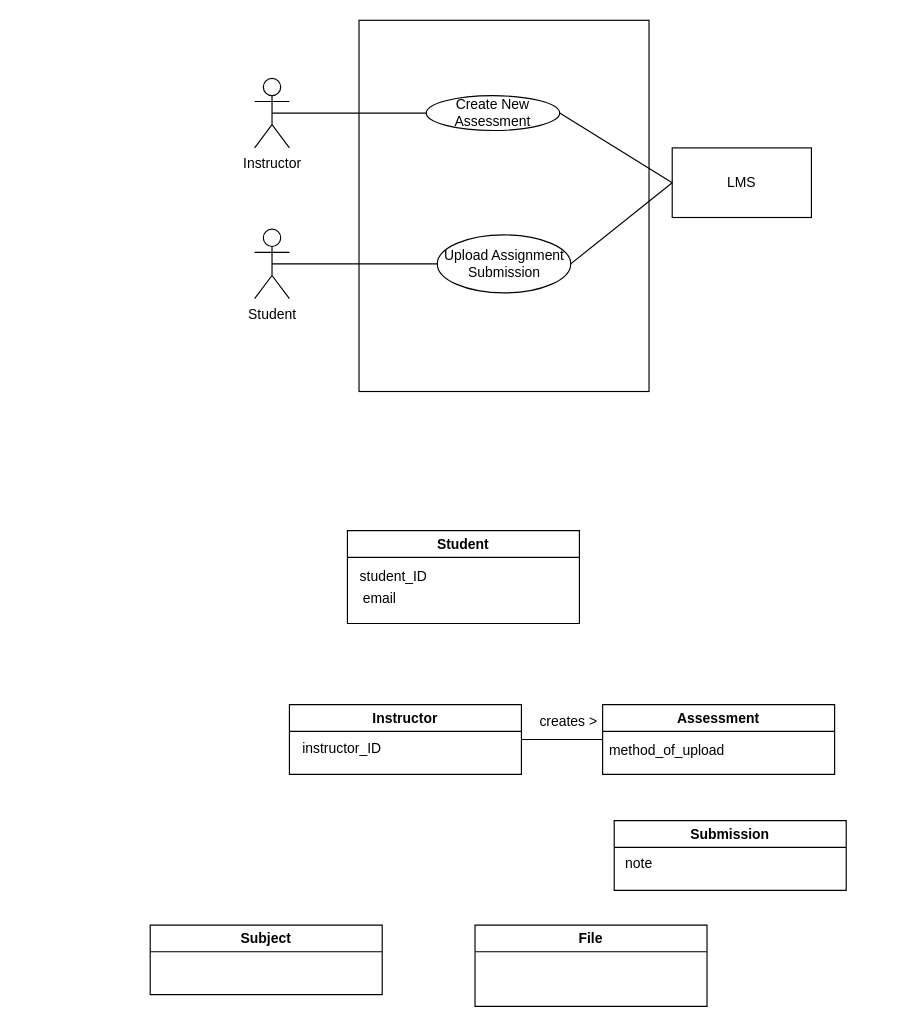
Before: domain_model_Workshop_2.drawio in antonykimuom/SWEN30006-2025-SM1-workshop1-tuew05-14-00-team-12, a draw.io diagram. Source tidied: cells renumbered, new cells numbered last; positions are measured from the earlier drawing's top-left corner, leaving out a move shared by most shapes. Both pictures are drawn from the tidied source at 116%, with x=0, y=0 at pixel (150, 20).
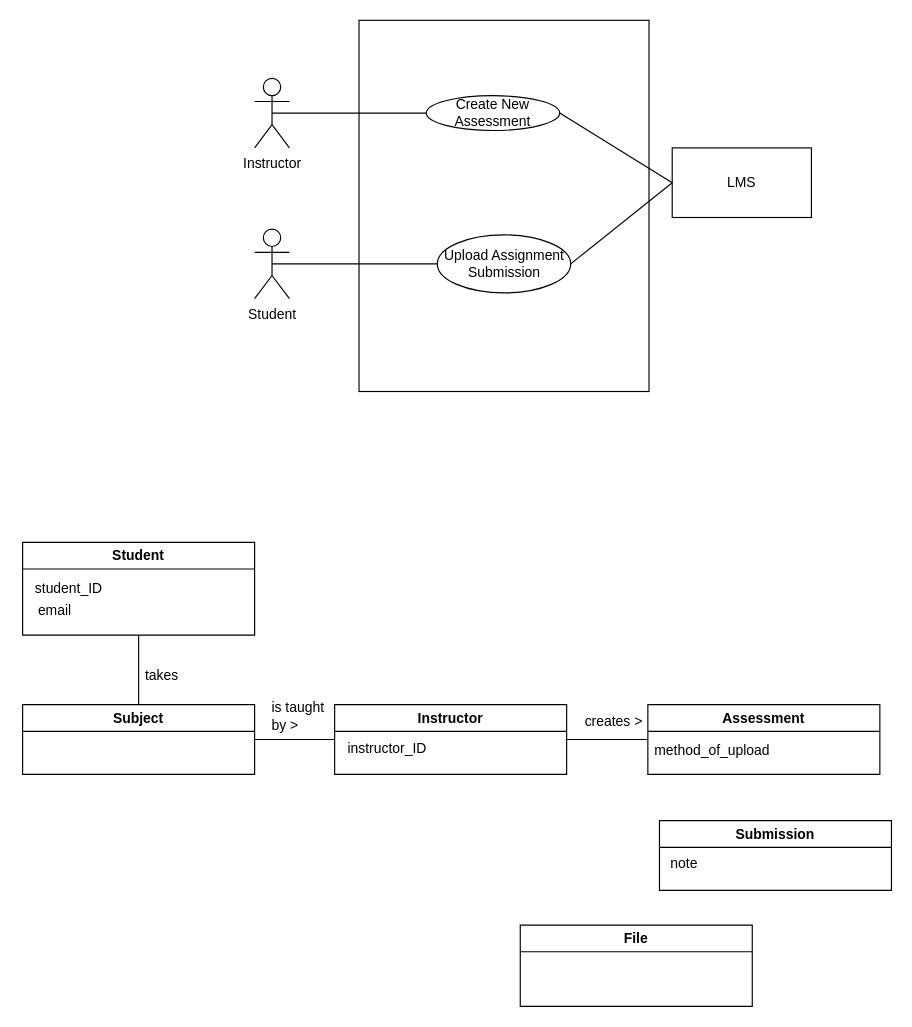
After the change.

Commit message:
added more associations/relationships

The edit, as a diff of the source:
```diff
@@
     <mxCell id="12" value="Student" style="swimlane;whiteSpace=wrap;html=1;" parent="1" vertex="1">
-      <mxGeometry x="170" y="440" width="200" height="80" as="geometry" />
+      <mxGeometry x="-110" y="450" width="200" height="80" as="geometry" />
     </mxCell>
@@
     <mxCell id="15" value="Instructor" style="swimlane;whiteSpace=wrap;html=1;" parent="1" vertex="1">
-      <mxGeometry x="120" y="590" width="200" height="60" as="geometry" />
+      <mxGeometry x="159" y="590" width="200" height="60" as="geometry" />
     </mxCell>
@@
     <mxCell id="17" value="Assessment" style="swimlane;whiteSpace=wrap;html=1;" parent="1" vertex="1">
-      <mxGeometry x="390" y="590" width="200" height="60" as="geometry" />
+      <mxGeometry x="429" y="590" width="200" height="60" as="geometry" />
     </mxCell>
@@
     <mxCell id="19" value="Submission" style="swimlane;whiteSpace=wrap;html=1;" parent="1" vertex="1">
-      <mxGeometry x="400" y="690" width="200" height="60" as="geometry" />
+      <mxGeometry x="439" y="690" width="200" height="60" as="geometry" />
     </mxCell>
@@
     <mxCell id="21" value="File" style="swimlane;whiteSpace=wrap;html=1;" parent="1" vertex="1">
-      <mxGeometry x="280" y="780" width="200" height="70" as="geometry" />
+      <mxGeometry x="319" y="780" width="200" height="70" as="geometry" />
     </mxCell>
     <mxCell id="22" value="Subject" style="swimlane;whiteSpace=wrap;html=1;" parent="1" vertex="1">
-      <mxGeometry y="780" width="200" height="60" as="geometry" />
+      <mxGeometry x="-110" y="590" width="200" height="60" as="geometry" />
     </mxCell>
     <mxCell id="23" style="endArrow=none;html=1;rounded=0;fontSize=12;startSize=8;endSize=8;curved=1;entryX=0;entryY=0.5;entryDx=0;entryDy=0;" parent="1" edge="1" target="17">
       <mxGeometry relative="1" as="geometry">
-        <mxPoint x="320" y="620" as="sourcePoint" />
+        <mxPoint x="359" y="620" as="sourcePoint" />
       </mxGeometry>
     </mxCell>
     <mxCell id="24" value="creates &amp;gt;" style="text;strokeColor=none;fillColor=none;align=left;verticalAlign=middle;spacingLeft=4;spacingRight=4;overflow=hidden;whiteSpace=wrap;html=1;" parent="1" vertex="1">
-      <mxGeometry x="330" y="590" width="80" height="30" as="geometry" />
+      <mxGeometry x="369" y="590" width="80" height="30" as="geometry" />
     </mxCell>
+    <mxCell id="25" style="endArrow=none;html=1;rounded=0;fontSize=12;startSize=8;endSize=8;curved=1;entryX=0;entryY=0.5;entryDx=0;entryDy=0;exitX=1;exitY=0.5;exitDx=0;exitDy=0;" parent="1" edge="1" source="22" target="15">
+      <mxGeometry relative="1" as="geometry" />
+    </mxCell>
+    <mxCell id="26" value="is taught by &amp;gt;" style="text;strokeColor=none;fillColor=none;align=left;verticalAlign=middle;spacingLeft=4;spacingRight=4;overflow=hidden;whiteSpace=wrap;html=1;" parent="1" vertex="1">
+      <mxGeometry x="99" y="580" width="60" height="40" as="geometry" />
+    </mxCell>
+    <mxCell id="27" style="endArrow=none;html=1;rounded=0;fontSize=12;startSize=8;endSize=8;curved=1;entryX=0.5;entryY=1;entryDx=0;entryDy=0;exitX=0.5;exitY=0;exitDx=0;exitDy=0;" parent="1" edge="1" source="22" target="12">
+      <mxGeometry relative="1" as="geometry" />
+    </mxCell>
+    <mxCell id="28" value="takes" style="text;strokeColor=none;fillColor=none;align=left;verticalAlign=middle;spacingLeft=4;spacingRight=4;overflow=hidden;whiteSpace=wrap;html=1;" parent="1" vertex="1">
+      <mxGeometry x="-10" y="550" width="80" height="30" as="geometry" />
+    </mxCell>
```
